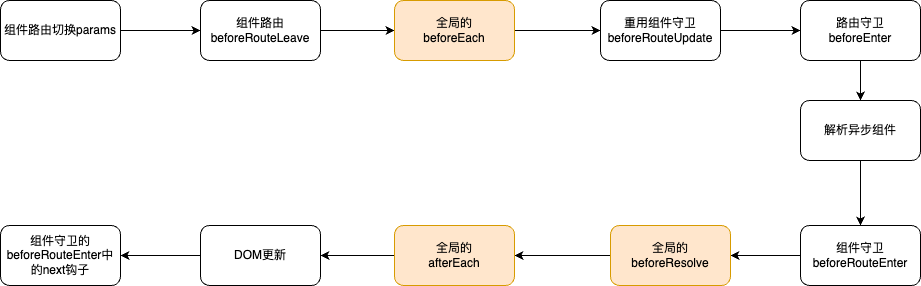
The draw.io diagram VueRouter:守卫执行顺序.drawio.png in JYbill/draw, before a commit. Source tidied: cells renumbered, new cells last; positions are measured from the earlier drawing's top-left corner, leaving out a move shared by most shapes. Its diagram source:
```xml
<mxGraphModel>
  <root>
    <mxCell id="0" />
    <mxCell id="1" parent="0" />
    <mxCell id="2" style="edgeStyle=orthogonalEdgeStyle;rounded=0;jettySize=auto;html=1;exitX=1;exitY=0.5;exitDx=0;exitDy=0;entryX=0;entryY=0.5;entryDx=0;entryDy=0;" parent="1" edge="1" source="3" target="5">
      <mxGeometry relative="1" as="geometry" />
    </mxCell>
    <mxCell id="3" value="组件路由切换params" style="rounded=1;whiteSpace=wrap;html=1;" parent="1" vertex="1">
      <mxGeometry width="120" height="60" as="geometry" />
    </mxCell>
    <mxCell id="4" style="edgeStyle=orthogonalEdgeStyle;rounded=0;jettySize=auto;html=1;exitX=1;exitY=0.5;exitDx=0;exitDy=0;" parent="1" edge="1" source="5" target="7">
      <mxGeometry relative="1" as="geometry" />
    </mxCell>
    <mxCell id="5" value="组件路由beforeRouteLeave" style="rounded=1;whiteSpace=wrap;html=1;" parent="1" vertex="1">
      <mxGeometry x="200" width="120" height="60" as="geometry" />
    </mxCell>
    <mxCell id="6" style="edgeStyle=orthogonalEdgeStyle;rounded=0;jettySize=auto;html=1;exitX=1;exitY=0.5;exitDx=0;exitDy=0;entryX=0;entryY=0.5;entryDx=0;entryDy=0;" parent="1" edge="1" source="7" target="9">
      <mxGeometry relative="1" as="geometry" />
    </mxCell>
    <mxCell id="7" value="全局的&lt;br&gt;beforeEach" style="rounded=1;whiteSpace=wrap;html=1;fillColor=#ffe6cc;strokeColor=#d79b00;" parent="1" vertex="1">
      <mxGeometry x="394" width="120" height="60" as="geometry" />
    </mxCell>
    <mxCell id="8" style="edgeStyle=orthogonalEdgeStyle;rounded=0;jettySize=auto;html=1;exitX=1;exitY=0.5;exitDx=0;exitDy=0;entryX=0;entryY=0.5;entryDx=0;entryDy=0;" parent="1" edge="1" source="9" target="11">
      <mxGeometry relative="1" as="geometry" />
    </mxCell>
    <mxCell id="9" value="重用组件守卫&lt;br&gt;beforeRouteUpdate" style="rounded=1;whiteSpace=wrap;html=1;" parent="1" vertex="1">
      <mxGeometry x="600" width="120" height="60" as="geometry" />
    </mxCell>
    <mxCell id="10" style="edgeStyle=orthogonalEdgeStyle;rounded=0;jettySize=auto;html=1;exitX=0.5;exitY=1;exitDx=0;exitDy=0;" parent="1" edge="1" source="11" target="13">
      <mxGeometry relative="1" as="geometry" />
    </mxCell>
    <mxCell id="11" value="路由守卫&lt;br&gt;beforeEnter" style="rounded=1;whiteSpace=wrap;html=1;" parent="1" vertex="1">
      <mxGeometry x="800" width="120" height="60" as="geometry" />
    </mxCell>
    <mxCell id="12" style="edgeStyle=orthogonalEdgeStyle;rounded=0;jettySize=auto;html=1;exitX=0.5;exitY=1;exitDx=0;exitDy=0;entryX=0.5;entryY=0;entryDx=0;entryDy=0;" parent="1" edge="1" source="13" target="15">
      <mxGeometry relative="1" as="geometry" />
    </mxCell>
    <mxCell id="13" value="解析异步组件" style="rounded=1;whiteSpace=wrap;html=1;" parent="1" vertex="1">
      <mxGeometry x="800" y="100" width="120" height="60" as="geometry" />
    </mxCell>
    <mxCell id="14" style="edgeStyle=orthogonalEdgeStyle;rounded=0;jettySize=auto;html=1;exitX=0;exitY=0.5;exitDx=0;exitDy=0;" parent="1" edge="1" source="15" target="17">
      <mxGeometry relative="1" as="geometry" />
    </mxCell>
    <mxCell id="15" value="组件守卫&lt;br&gt;beforeRouteEnter" style="rounded=1;whiteSpace=wrap;html=1;" parent="1" vertex="1">
      <mxGeometry x="800" y="225" width="120" height="60" as="geometry" />
    </mxCell>
    <mxCell id="16" style="edgeStyle=orthogonalEdgeStyle;rounded=0;jettySize=auto;html=1;exitX=0;exitY=0.5;exitDx=0;exitDy=0;" parent="1" edge="1" source="17" target="19">
      <mxGeometry relative="1" as="geometry" />
    </mxCell>
    <mxCell id="17" value="全局的&lt;br&gt;beforeResolve" style="rounded=1;whiteSpace=wrap;html=1;fillColor=#ffe6cc;strokeColor=#d79b00;" parent="1" vertex="1">
      <mxGeometry x="610" y="225" width="120" height="60" as="geometry" />
    </mxCell>
    <mxCell id="18" style="edgeStyle=orthogonalEdgeStyle;rounded=0;jettySize=auto;html=1;exitX=0;exitY=0.5;exitDx=0;exitDy=0;" parent="1" edge="1" source="19" target="21">
      <mxGeometry relative="1" as="geometry" />
    </mxCell>
    <mxCell id="19" value="全局的&lt;br&gt;afterEach" style="rounded=1;whiteSpace=wrap;html=1;fillColor=#ffe6cc;strokeColor=#d79b00;" parent="1" vertex="1">
      <mxGeometry x="394" y="225" width="120" height="60" as="geometry" />
    </mxCell>
    <mxCell id="20" style="edgeStyle=orthogonalEdgeStyle;rounded=0;jettySize=auto;html=1;exitX=0;exitY=0.5;exitDx=0;exitDy=0;entryX=1;entryY=0.5;entryDx=0;entryDy=0;" parent="1" edge="1" source="21" target="22">
      <mxGeometry relative="1" as="geometry" />
    </mxCell>
    <mxCell id="21" value="DOM更新" style="rounded=1;whiteSpace=wrap;html=1;" parent="1" vertex="1">
      <mxGeometry x="200" y="225" width="120" height="60" as="geometry" />
    </mxCell>
    <mxCell id="22" value="组件守卫的&lt;br&gt;beforeRouteEnter中的next钩子" style="rounded=1;whiteSpace=wrap;html=1;" parent="1" vertex="1">
      <mxGeometry y="225" width="120" height="60" as="geometry" />
    </mxCell>
  </root>
</mxGraphModel>
```
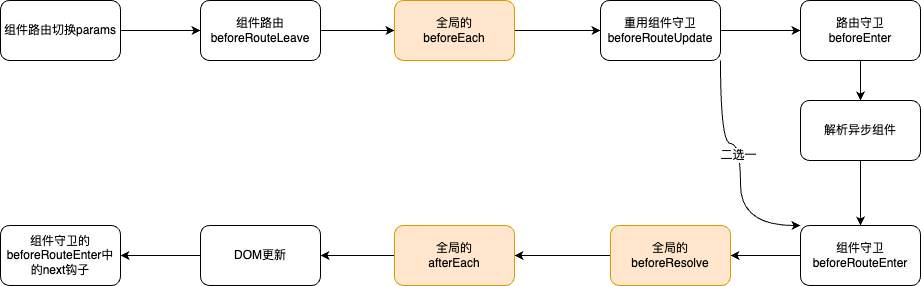
The same file after the commit.

Commit message:
更新VueRouter:守卫执行顺序.drawio.png

Change to the diagram source:
```diff
@@ -23,6 +23,20 @@
     <mxCell id="8" style="edgeStyle=orthogonalEdgeStyle;rounded=0;jettySize=auto;html=1;exitX=1;exitY=0.5;exitDx=0;exitDy=0;entryX=0;entryY=0.5;entryDx=0;entryDy=0;" parent="1" edge="1" source="9" target="11">
       <mxGeometry relative="1" as="geometry" />
     </mxCell>
+    <mxCell id="23" style="edgeStyle=orthogonalEdgeStyle;rounded=0;jettySize=auto;html=1;exitX=1;exitY=1;exitDx=0;exitDy=0;entryX=0;entryY=0;entryDx=0;entryDy=0;curved=1;" parent="1" edge="1" source="9" target="15">
+      <mxGeometry relative="1" as="geometry">
+        <Array as="points">
+          <mxPoint x="720" y="143" />
+          <mxPoint x="740" y="143" />
+          <mxPoint x="740" y="225" />
+        </Array>
+      </mxGeometry>
+    </mxCell>
+    <mxCell id="24" value="二选一" style="edgeLabel;html=1;align=center;verticalAlign=middle;" parent="23" vertex="1">
+      <mxGeometry x="-0.08" y="-3" relative="1" as="geometry">
+        <mxPoint y="1" as="offset" />
+      </mxGeometry>
+    </mxCell>
     <mxCell id="9" value="重用组件守卫&lt;br&gt;beforeRouteUpdate" style="rounded=1;whiteSpace=wrap;html=1;" parent="1" vertex="1">
       <mxGeometry x="600" width="120" height="60" as="geometry" />
     </mxCell>
```
